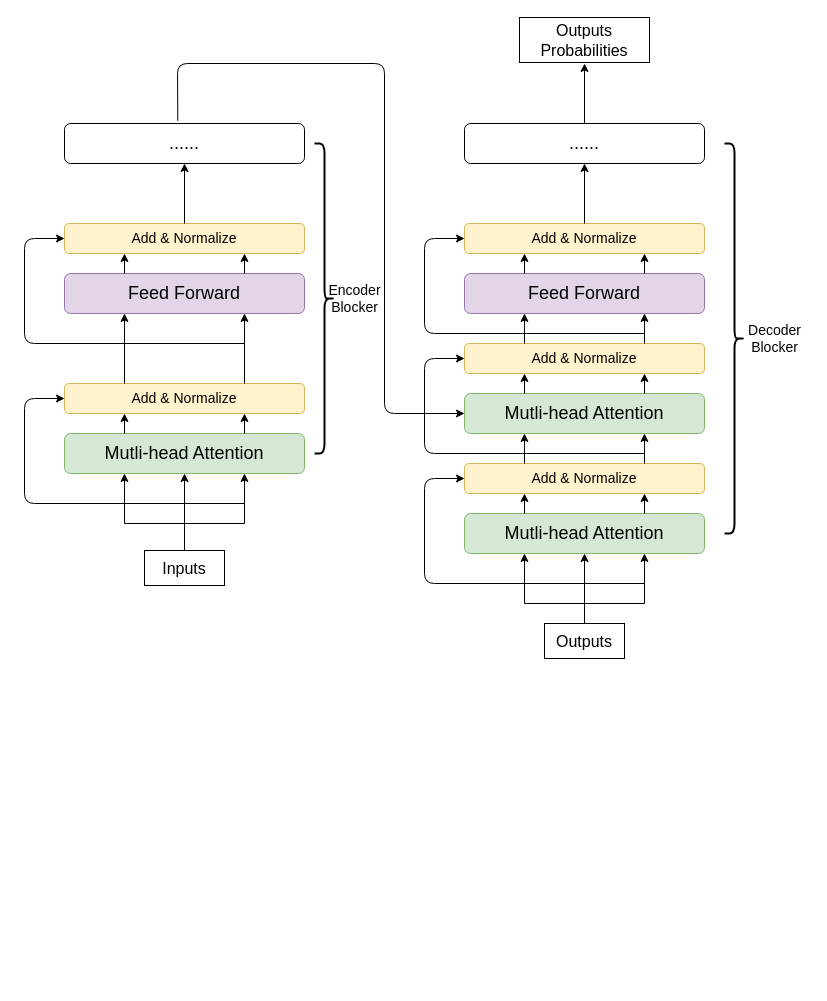
This is page "Page-1" (1 of 2) of Untitled Diagram.drawio from AFEDQK/TortoiseGit, a draw.io file, before an edit. Source tidied: cells renumbered, new cells numbered last; positions are measured from the earlier drawing's top-left corner, leaving out a move shared by most shapes. Both pictures are drawn from the tidied source at 100%, with x=0, y=0 at pixel (24, 17).
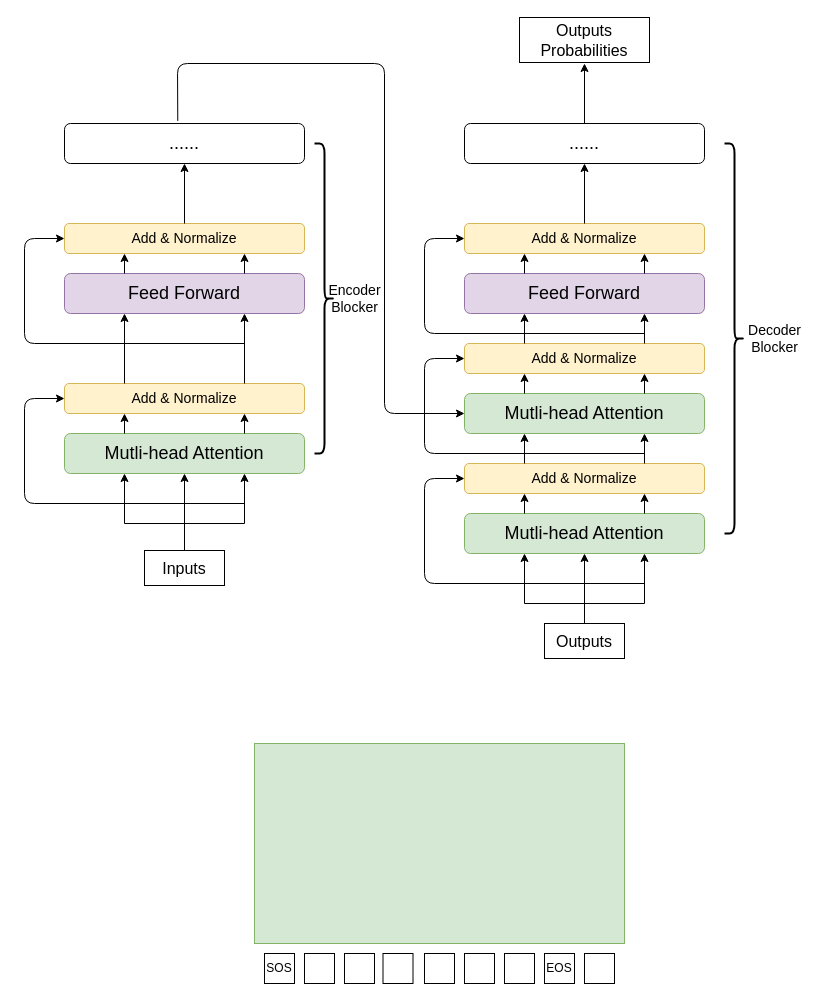
The same page after the edit.

Diff of the diagram source:
```diff
@@
+    <mxCell id="56" style="rounded=0;whiteSpace=wrap;html=1;fillColor=#d5e8d4;strokeColor=#82b366;" parent="1" vertex="1">
+      <mxGeometry x="230" y="726" width="370" height="200" as="geometry" />
+    </mxCell>
+    <mxCell id="57" value="SOS" style="rounded=0;whiteSpace=wrap;html=1;" parent="1" vertex="1">
+      <mxGeometry x="240" y="936" width="30" height="30" as="geometry" />
+    </mxCell>
+    <mxCell id="58" style="rounded=0;whiteSpace=wrap;html=1;" parent="1" vertex="1">
+      <mxGeometry x="280" y="936" width="30" height="30" as="geometry" />
+    </mxCell>
+    <mxCell id="59" style="rounded=0;whiteSpace=wrap;html=1;" parent="1" vertex="1">
+      <mxGeometry x="320" y="936" width="30" height="30" as="geometry" />
+    </mxCell>
+    <mxCell id="60" style="rounded=0;whiteSpace=wrap;html=1;" parent="1" vertex="1">
+      <mxGeometry x="358.5" y="936" width="30" height="30" as="geometry" />
+    </mxCell>
+    <mxCell id="61" style="rounded=0;whiteSpace=wrap;html=1;" parent="1" vertex="1">
+      <mxGeometry x="400" y="936" width="30" height="30" as="geometry" />
+    </mxCell>
+    <mxCell id="62" style="rounded=0;whiteSpace=wrap;html=1;" parent="1" vertex="1">
+      <mxGeometry x="440" y="936" width="30" height="30" as="geometry" />
+    </mxCell>
+    <mxCell id="63" style="rounded=0;whiteSpace=wrap;html=1;" parent="1" vertex="1">
+      <mxGeometry x="480" y="936" width="30" height="30" as="geometry" />
+    </mxCell>
+    <mxCell id="64" value="EOS" style="rounded=0;whiteSpace=wrap;html=1;" parent="1" vertex="1">
+      <mxGeometry x="520" y="936" width="30" height="30" as="geometry" />
+    </mxCell>
+    <mxCell id="65" style="rounded=0;whiteSpace=wrap;html=1;" parent="1" vertex="1">
+      <mxGeometry x="560" y="936" width="30" height="30" as="geometry" />
+    </mxCell>
```
